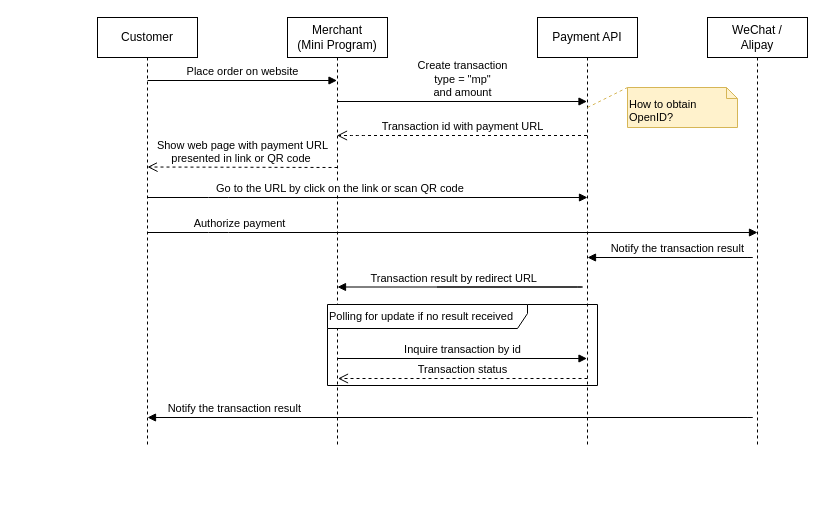
Earlier version of the draw.io diagram page "Mini Program" (4 of 4) of Payment Service.drawio (whalebig27/change-request-process-diagram). Source tidied: cells renumbered, new cells numbered last; positions are measured from the earlier drawing's top-left corner, leaving out a move shared by most shapes. Both pictures are drawn from the tidied source at 100%, with x=0, y=0 at pixel (97, 17).
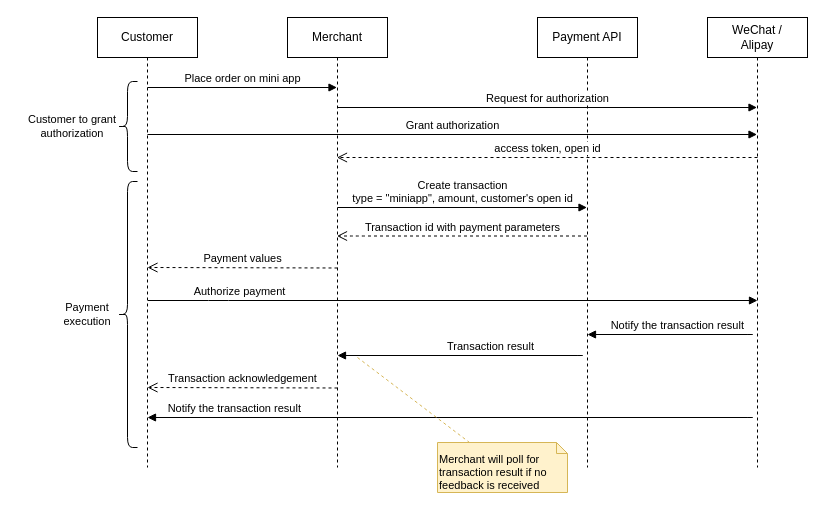
The same diagram, later.

Diff of the diagram source:
```diff
@@
-    <mxCell id="0" />
-    <mxCell id="1" parent="0" />
+    <mxCell id="20" />
+    <mxCell id="21" parent="20" />
-    <mxCell id="2" value="Customer" style="shape=umlLifeline;perimeter=lifelinePerimeter;whiteSpace=wrap;html=1;" parent="1" vertex="1">
-      <mxGeometry width="100" height="430" as="geometry" />
+    <mxCell id="2" value="Customer" style="shape=umlLifeline;perimeter=lifelinePerimeter;whiteSpace=wrap;html=1;" parent="21" vertex="1">
+      <mxGeometry width="100" height="450" as="geometry" />
     </mxCell>
-    <mxCell id="3" value="Merchant&lt;br&gt;(Mini Program)&lt;br&gt;" style="shape=umlLifeline;perimeter=lifelinePerimeter;whiteSpace=wrap;html=1;" parent="1" vertex="1">
-      <mxGeometry x="190" width="100" height="430" as="geometry" />
-    </mxCell>
+    <mxCell id="22" style="shape=curlyBracket;whiteSpace=wrap;html=1;rounded=1;fontSize=11;align=left;" parent="2" vertex="1">
+      <mxGeometry x="20" y="64" width="20" height="90" as="geometry" />
+    </mxCell>
+    <mxCell id="23" value="Merchant" style="shape=umlLifeline;perimeter=lifelinePerimeter;whiteSpace=wrap;html=1;" parent="21" vertex="1">
+      <mxGeometry x="190" width="100" height="450" as="geometry" />
+    </mxCell>
-    <mxCell id="4" value="Payment API" style="shape=umlLifeline;perimeter=lifelinePerimeter;whiteSpace=wrap;html=1;" parent="1" vertex="1">
-      <mxGeometry x="440" width="100" height="430" as="geometry" />
+    <mxCell id="4" value="Payment API" style="shape=umlLifeline;perimeter=lifelinePerimeter;whiteSpace=wrap;html=1;" parent="21" vertex="1">
+      <mxGeometry x="440" width="100" height="450" as="geometry" />
     </mxCell>
-    <mxCell id="5" value="Create transaction&lt;br&gt;type = &quot;mp&quot;&lt;br&gt;&amp;nbsp;and amount&amp;nbsp;&lt;br&gt;" style="html=1;verticalAlign=bottom;endArrow=block;" parent="1" edge="1">
-      <mxGeometry relative="1" as="geometry">
-        <mxPoint x="240" y="84" as="sourcePoint" />
-        <mxPoint x="489.5" y="84" as="targetPoint" />
-        <Array as="points">
-          <mxPoint x="240" y="84" />
-        </Array>
-      </mxGeometry>
-    </mxCell>
-    <mxCell id="6" value="Inquire transaction by id&lt;br&gt;" style="html=1;verticalAlign=bottom;endArrow=block;" parent="1" edge="1">
-      <mxGeometry relative="1" as="geometry">
-        <mxPoint x="240" y="341" as="sourcePoint" />
-        <mxPoint x="489.5" y="341" as="targetPoint" />
-        <Array as="points">
-          <mxPoint x="240" y="341" />
-        </Array>
-      </mxGeometry>
-    </mxCell>
-    <mxCell id="7" value="Transaction status" style="html=1;verticalAlign=bottom;endArrow=open;dashed=1;endSize=8;" parent="1" edge="1">
-      <mxGeometry relative="1" as="geometry">
-        <mxPoint x="490" y="361" as="sourcePoint" />
-        <mxPoint x="240.5" y="361" as="targetPoint" />
-      </mxGeometry>
-    </mxCell>
-    <mxCell id="8" value="How to obtain OpenID?" style="shape=note;whiteSpace=wrap;html=1;size=11;verticalAlign=top;align=left;spacingTop=4;fontSize=11;fillColor=#fff2cc;strokeColor=#d6b656;" parent="1" vertex="1">
-      <mxGeometry x="530" y="70" width="110" height="40" as="geometry" />
-    </mxCell>
-    <mxCell id="9" style="endArrow=none;dashed=1;html=1;fontSize=11;fillColor=#fff2cc;strokeColor=#d6b656;entryX=0;entryY=0;entryDx=0;entryDy=0;entryPerimeter=0;" parent="1" edge="1" target="8">
-      <mxGeometry relative="1" as="geometry">
-        <mxPoint x="490" y="90" as="sourcePoint" />
-      </mxGeometry>
-    </mxCell>
+    <mxCell id="24" value="Create transaction&lt;br&gt;type = &quot;miniapp&quot;, amount, customer's open id&lt;br&gt;" style="html=1;verticalAlign=bottom;endArrow=block;" parent="21" edge="1">
+      <mxGeometry relative="1" as="geometry">
+        <mxPoint x="240" y="190" as="sourcePoint" />
+        <mxPoint x="489.5" y="190" as="targetPoint" />
+        <Array as="points">
+          <mxPoint x="240" y="190" />
+        </Array>
+      </mxGeometry>
+    </mxCell>
-    <mxCell id="10" value="WeChat / &lt;br&gt;Alipay" style="shape=umlLifeline;perimeter=lifelinePerimeter;whiteSpace=wrap;html=1;" parent="1" vertex="1">
-      <mxGeometry x="610" width="100" height="430" as="geometry" />
+    <mxCell id="10" value="WeChat / &lt;br&gt;Alipay" style="shape=umlLifeline;perimeter=lifelinePerimeter;whiteSpace=wrap;html=1;" parent="21" vertex="1">
+      <mxGeometry x="610" width="100" height="450" as="geometry" />
     </mxCell>
-    <mxCell id="11" value="Polling for update if no result received" style="shape=umlFrame;whiteSpace=wrap;html=1;width=200;height=24;fontSize=11;align=left;" parent="1" vertex="1">
-      <mxGeometry x="230" y="287" width="270" height="81" as="geometry" />
-    </mxCell>
-    <mxCell id="12" value="Notify the transaction result&amp;nbsp;&lt;br&gt;" style="html=1;verticalAlign=bottom;endArrow=block;align=right;" parent="1" edge="1">
-      <mxGeometry x="-0.77" relative="1" as="geometry">
-        <mxPoint x="69.5" y="400" as="sourcePoint" />
-        <mxPoint x="50" y="400" as="targetPoint" />
-        <Array as="points">
-          <mxPoint x="660" y="400" />
-        </Array>
-      </mxGeometry>
-    </mxCell>
-    <mxCell id="13" value="Place order on website&lt;br&gt;" style="html=1;verticalAlign=bottom;endArrow=block;" parent="1" edge="1">
-      <mxGeometry relative="1" as="geometry">
-        <mxPoint x="50" y="63" as="sourcePoint" />
-        <mxPoint x="239.5" y="63" as="targetPoint" />
-        <Array as="points">
-          <mxPoint x="50" y="63" />
-        </Array>
-      </mxGeometry>
-    </mxCell>
-    <mxCell id="14" value="Show web page with&amp;nbsp;payment URL&lt;br&gt;presented in link or QR code&amp;nbsp;" style="html=1;verticalAlign=bottom;endArrow=open;dashed=1;endSize=8;" parent="1" edge="1">
-      <mxGeometry relative="1" as="geometry">
-        <mxPoint x="240" y="150" as="sourcePoint" />
-        <mxPoint x="50" y="149.5" as="targetPoint" />
-      </mxGeometry>
-    </mxCell>
-    <mxCell id="15" value="Go to the URL by click on the link or scan QR code&lt;br&gt;" style="html=1;verticalAlign=bottom;endArrow=block;align=left;" parent="1" edge="1">
-      <mxGeometry x="-0.7" relative="1" as="geometry">
-        <mxPoint x="50.5" y="180" as="sourcePoint" />
-        <mxPoint x="490" y="180" as="targetPoint" />
-        <Array as="points">
-          <mxPoint x="121" y="180" />
-        </Array>
-      </mxGeometry>
-    </mxCell>
-    <mxCell id="16" value="Transaction id with payment URL" style="html=1;verticalAlign=bottom;endArrow=open;dashed=1;endSize=8;" parent="1" edge="1">
-      <mxGeometry relative="1" as="geometry">
-        <mxPoint x="489.5" y="118" as="sourcePoint" />
-        <mxPoint x="239.5" y="118" as="targetPoint" />
-        <Array as="points">
-          <mxPoint x="260" y="118" />
-        </Array>
-      </mxGeometry>
-    </mxCell>
-    <mxCell id="17" value="Transaction result by redirect URL" style="html=1;verticalAlign=bottom;endArrow=block;align=right;" parent="1" edge="1">
-      <mxGeometry relative="1" as="geometry">
-        <mxPoint x="339.5" y="269.5" as="sourcePoint" />
-        <mxPoint x="240" y="269.5" as="targetPoint" />
-        <Array as="points">
-          <mxPoint x="490" y="269.5" />
-        </Array>
-      </mxGeometry>
-    </mxCell>
+    <mxCell id="25" value="Notify the transaction result&amp;nbsp;&lt;br&gt;" style="html=1;verticalAlign=bottom;endArrow=block;align=right;" parent="21" edge="1">
+      <mxGeometry x="-0.77" relative="1" as="geometry">
+        <mxPoint x="69.5" y="400" as="sourcePoint" />
+        <mxPoint x="50" y="400" as="targetPoint" />
+        <Array as="points">
+          <mxPoint x="660" y="400" />
+        </Array>
+      </mxGeometry>
+    </mxCell>
+    <mxCell id="26" value="Place order on mini app&lt;br&gt;" style="html=1;verticalAlign=bottom;endArrow=block;" parent="21" edge="1">
+      <mxGeometry relative="1" as="geometry">
+        <mxPoint x="50" y="70" as="sourcePoint" />
+        <mxPoint x="239.5" y="70" as="targetPoint" />
+        <Array as="points">
+          <mxPoint x="50" y="70" />
+        </Array>
+      </mxGeometry>
+    </mxCell>
+    <mxCell id="27" value="Payment values" style="html=1;verticalAlign=bottom;endArrow=open;dashed=1;endSize=8;" parent="21" edge="1">
+      <mxGeometry relative="1" as="geometry">
+        <mxPoint x="240" y="250.5" as="sourcePoint" />
+        <mxPoint x="50" y="250" as="targetPoint" />
+      </mxGeometry>
+    </mxCell>
+    <mxCell id="28" value="Transaction id with payment parameters" style="html=1;verticalAlign=bottom;endArrow=open;dashed=1;endSize=8;" parent="21" edge="1">
+      <mxGeometry relative="1" as="geometry">
+        <mxPoint x="489.5" y="218.5" as="sourcePoint" />
+        <mxPoint x="239.5" y="218.5" as="targetPoint" />
+        <Array as="points">
+          <mxPoint x="260" y="218.5" />
+        </Array>
+      </mxGeometry>
+    </mxCell>
+    <mxCell id="29" value="Transaction result&amp;nbsp;" style="html=1;verticalAlign=bottom;endArrow=block;align=right;" parent="21" edge="1">
+      <mxGeometry relative="1" as="geometry">
+        <mxPoint x="339.5" y="338" as="sourcePoint" />
+        <mxPoint x="240" y="338" as="targetPoint" />
+        <Array as="points">
+          <mxPoint x="490" y="338" />
+        </Array>
+      </mxGeometry>
+    </mxCell>
-    <mxCell id="18" value="Authorize payment&lt;br&gt;" style="html=1;verticalAlign=bottom;endArrow=block;" parent="1" edge="1">
+    <mxCell id="18" value="Authorize payment&lt;br&gt;" style="html=1;verticalAlign=bottom;endArrow=block;" parent="21" edge="1">
       <mxGeometry x="-0.7" relative="1" as="geometry">
-        <mxPoint x="50.5" y="215" as="sourcePoint" />
-        <mxPoint x="660" y="215" as="targetPoint" />
+        <mxPoint x="50.5" y="283" as="sourcePoint" />
+        <mxPoint x="660" y="283" as="targetPoint" />
         <Array as="points">
-          <mxPoint x="121" y="215" />
+          <mxPoint x="121" y="283" />
         </Array>
       </mxGeometry>
     </mxCell>
-    <mxCell id="19" value="Notify the transaction result&amp;nbsp;&lt;br&gt;" style="html=1;verticalAlign=bottom;endArrow=block;align=right;" parent="1" edge="1">
-      <mxGeometry relative="1" as="geometry">
-        <mxPoint x="509.5" y="240" as="sourcePoint" />
-        <mxPoint x="490" y="240" as="targetPoint" />
-        <Array as="points">
-          <mxPoint x="660" y="240" />
-        </Array>
-      </mxGeometry>
-    </mxCell>
+    <mxCell id="30" value="Notify the transaction result&amp;nbsp;&lt;br&gt;" style="html=1;verticalAlign=bottom;endArrow=block;align=right;" parent="21" edge="1">
+      <mxGeometry relative="1" as="geometry">
+        <mxPoint x="509.5" y="317" as="sourcePoint" />
+        <mxPoint x="490" y="317" as="targetPoint" />
+        <Array as="points">
+          <mxPoint x="660" y="317" />
+        </Array>
+      </mxGeometry>
+    </mxCell>
+    <mxCell id="31" value="Request for authorization&lt;br&gt;" style="html=1;verticalAlign=bottom;endArrow=block;" parent="21" edge="1">
+      <mxGeometry relative="1" as="geometry">
+        <mxPoint x="240" y="90" as="sourcePoint" />
+        <mxPoint x="659.5" y="90" as="targetPoint" />
+        <Array as="points">
+          <mxPoint x="240" y="90" />
+        </Array>
+      </mxGeometry>
+    </mxCell>
+    <mxCell id="32" value="Grant authorization&lt;br&gt;" style="html=1;verticalAlign=bottom;endArrow=block;" parent="21" edge="1">
+      <mxGeometry relative="1" as="geometry">
+        <mxPoint x="50" y="117" as="sourcePoint" />
+        <mxPoint x="659.5" y="117" as="targetPoint" />
+        <Array as="points">
+          <mxPoint x="50" y="117" />
+        </Array>
+      </mxGeometry>
+    </mxCell>
+    <mxCell id="33" value="access token, open id" style="html=1;verticalAlign=bottom;endArrow=open;dashed=1;endSize=8;" parent="21" edge="1">
+      <mxGeometry relative="1" as="geometry">
+        <mxPoint x="660" y="140" as="sourcePoint" />
+        <mxPoint x="239.5" y="140" as="targetPoint" />
+        <Array as="points">
+          <mxPoint x="430.5" y="140" />
+        </Array>
+      </mxGeometry>
+    </mxCell>
+    <mxCell id="34" value="Merchant will poll for transaction result if no feedback is received" style="shape=note;whiteSpace=wrap;html=1;size=11;verticalAlign=top;align=left;spacingTop=4;fontSize=11;fillColor=#fff2cc;strokeColor=#d6b656;" parent="21" vertex="1">
+      <mxGeometry x="340" y="425" width="130" height="50" as="geometry" />
+    </mxCell>
+    <mxCell id="35" style="endArrow=none;dashed=1;html=1;fontSize=11;fillColor=#fff2cc;strokeColor=#d6b656;" parent="21" edge="1" target="34">
+      <mxGeometry relative="1" as="geometry">
+        <mxPoint x="260" y="340" as="sourcePoint" />
+      </mxGeometry>
+    </mxCell>
+    <mxCell id="36" value="Transaction acknowledgement" style="html=1;verticalAlign=bottom;endArrow=open;dashed=1;endSize=8;" parent="21" edge="1">
+      <mxGeometry relative="1" as="geometry">
+        <mxPoint x="240" y="370.5" as="sourcePoint" />
+        <mxPoint x="50" y="370" as="targetPoint" />
+      </mxGeometry>
+    </mxCell>
+    <mxCell id="37" style="shape=curlyBracket;whiteSpace=wrap;html=1;rounded=1;fontSize=11;align=left;" parent="21" vertex="1">
+      <mxGeometry x="20" y="164" width="20" height="266" as="geometry" />
+    </mxCell>
+    <mxCell id="38" value="Customer to grant authorization" style="text;html=1;strokeColor=none;fillColor=none;align=center;verticalAlign=middle;whiteSpace=wrap;rounded=0;fontSize=11;" parent="21" vertex="1">
+      <mxGeometry x="-80" y="88.5" width="110" height="41" as="geometry" />
+    </mxCell>
+    <mxCell id="39" value="Payment execution" style="text;html=1;strokeColor=none;fillColor=none;align=center;verticalAlign=middle;whiteSpace=wrap;rounded=0;fontSize=11;" parent="21" vertex="1">
+      <mxGeometry x="-50" y="276.5" width="80" height="41" as="geometry" />
+    </mxCell>
```
